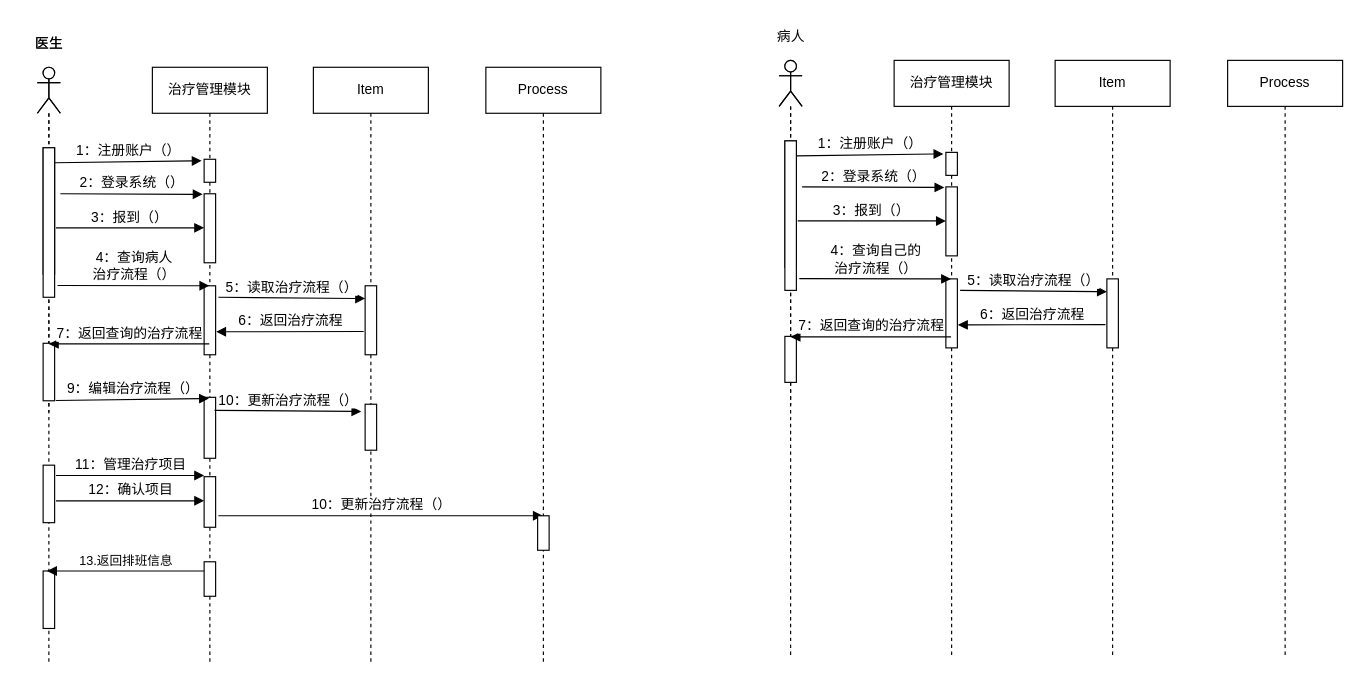
This is 顺序图.drawio from Blouse-Quin/Time-Allocation-Platform, a draw.io file, before an edit. Source tidied: cells renumbered, new cells numbered last; positions are measured from the earlier drawing's top-left corner, leaving out a move shared by most shapes. Both pictures are drawn from the tidied source at 115%, with x=0, y=0 at pixel (20, 20).
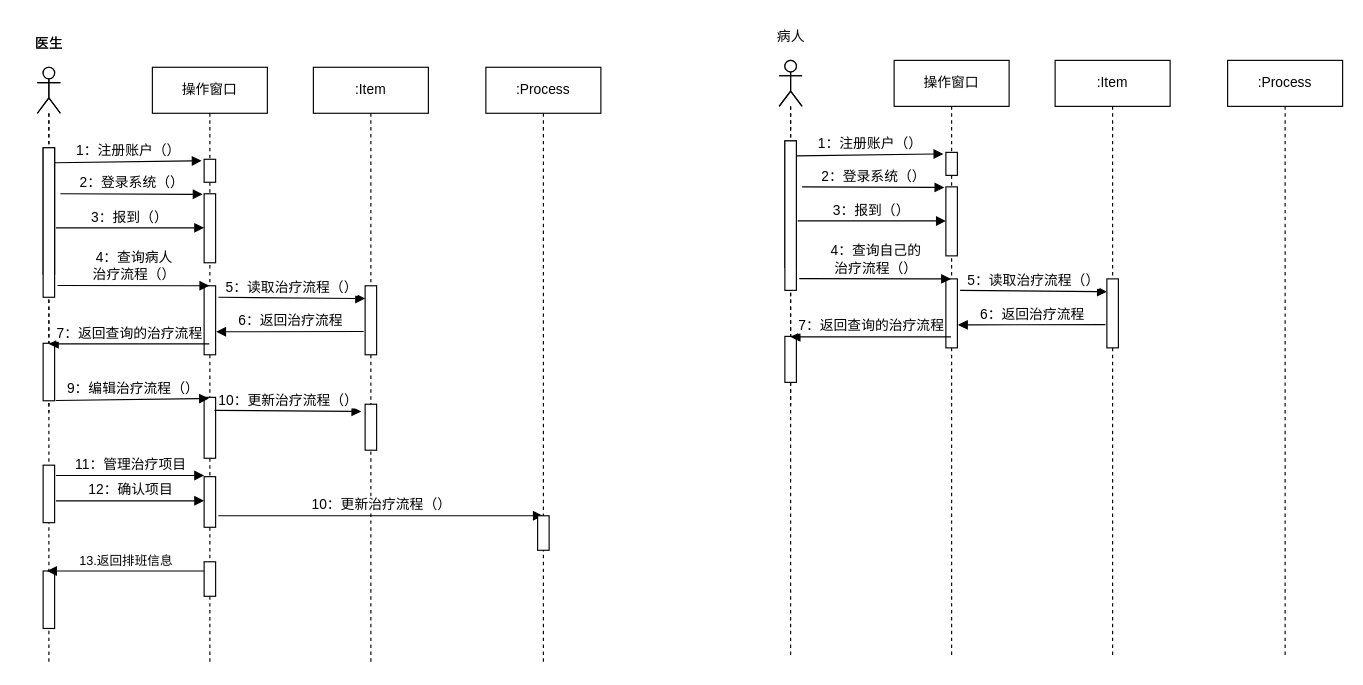
Above is the later version.

What changed in the source:
```diff
@@
-    <mxCell id="4" value="治疗管理模块" style="shape=umlLifeline;perimeter=lifelinePerimeter;whiteSpace=wrap;html=1;outlineConnect=0;" parent="1" vertex="1">
+    <mxCell id="4" value="操作窗口" style="shape=umlLifeline;perimeter=lifelinePerimeter;whiteSpace=wrap;html=1;outlineConnect=0;" parent="1" vertex="1">
       <mxGeometry x="115" y="41" width="100" height="520" as="geometry" />
     </mxCell>
@@
-    <mxCell id="13" value="Item" style="shape=umlLifeline;perimeter=lifelinePerimeter;whiteSpace=wrap;html=1;" parent="1" vertex="1">
+    <mxCell id="13" value=":Item" style="shape=umlLifeline;perimeter=lifelinePerimeter;whiteSpace=wrap;html=1;" parent="1" vertex="1">
       <mxGeometry x="255" y="41" width="100" height="520" as="geometry" />
     </mxCell>
@@
-    <mxCell id="19" value="Process" style="shape=umlLifeline;perimeter=lifelinePerimeter;whiteSpace=wrap;html=1;outlineConnect=0;" parent="1" vertex="1">
+    <mxCell id="19" value=":Process" style="shape=umlLifeline;perimeter=lifelinePerimeter;whiteSpace=wrap;html=1;outlineConnect=0;" parent="1" vertex="1">
       <mxGeometry x="405" y="41" width="100" height="520" as="geometry" />
     </mxCell>
@@
-    <mxCell id="38" value="治疗管理模块" style="shape=umlLifeline;perimeter=lifelinePerimeter;whiteSpace=wrap;html=1;outlineConnect=0;" parent="1" vertex="1">
+    <mxCell id="38" value="操作窗口" style="shape=umlLifeline;perimeter=lifelinePerimeter;whiteSpace=wrap;html=1;outlineConnect=0;" parent="1" vertex="1">
       <mxGeometry x="760" y="35" width="100" height="520" as="geometry" />
     </mxCell>
@@
-    <mxCell id="42" value="Item" style="shape=umlLifeline;perimeter=lifelinePerimeter;whiteSpace=wrap;html=1;" parent="1" vertex="1">
+    <mxCell id="42" value=":Item" style="shape=umlLifeline;perimeter=lifelinePerimeter;whiteSpace=wrap;html=1;" parent="1" vertex="1">
       <mxGeometry x="900" y="35" width="100" height="520" as="geometry" />
     </mxCell>
@@
-    <mxCell id="46" value="Process" style="shape=umlLifeline;perimeter=lifelinePerimeter;whiteSpace=wrap;html=1;" parent="1" vertex="1">
+    <mxCell id="46" value=":Process" style="shape=umlLifeline;perimeter=lifelinePerimeter;whiteSpace=wrap;html=1;" parent="1" vertex="1">
       <mxGeometry x="1050" y="35" width="100" height="520" as="geometry" />
     </mxCell>
```
